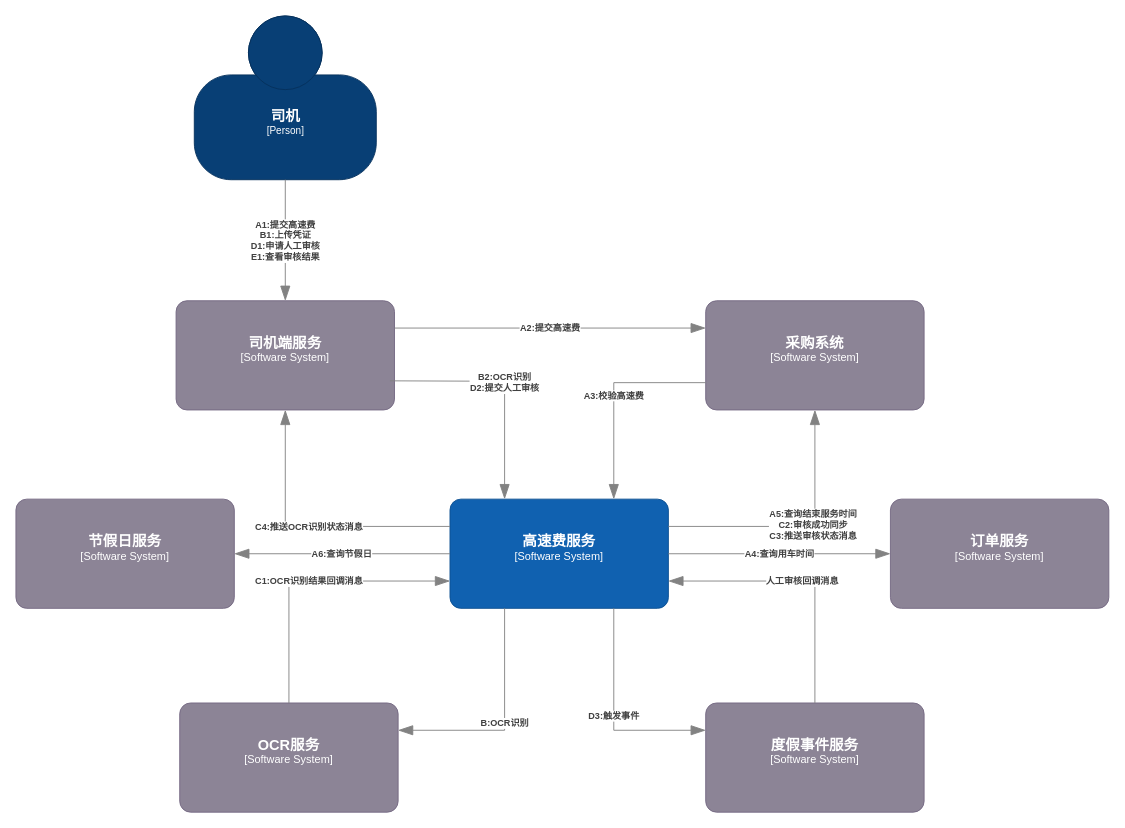
Before: page "高速费-上下文图" (3 of 5) of 地图服务-现状.drawio in miareko/c4-diagram, a draw.io diagram. Source tidied: cells renumbered, new cells numbered last; positions are measured from the earlier drawing's top-left corner, leaving out a move shared by most shapes. Both pictures are drawn from the tidied source at 91%, with x=0, y=0 at pixel (15, 15).
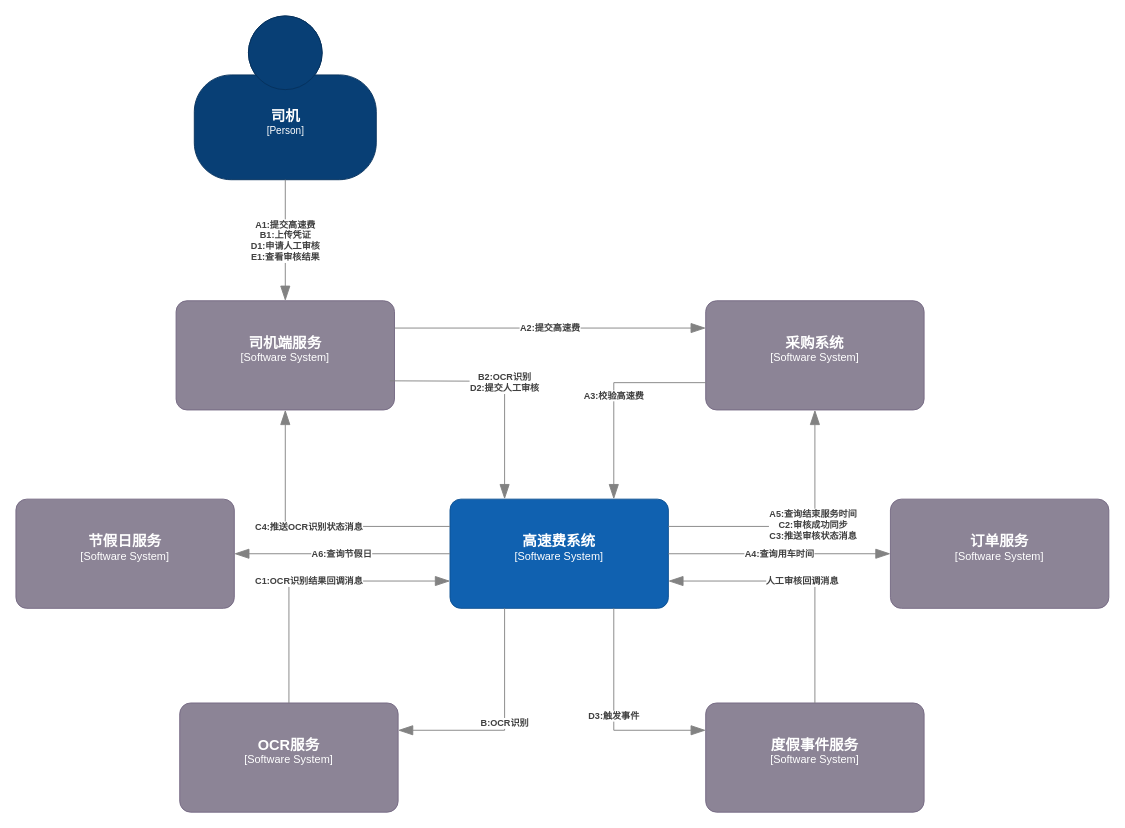
Above is the later version.

Change to the diagram source:
```diff
@@
-    <object id="3" label="&lt;font style=&quot;font-size: 16px&quot;&gt;&lt;b&gt;%c4Name%&lt;/b&gt;&lt;/font&gt;&lt;div&gt;[%c4Type%]&lt;/div&gt;&lt;br&gt;&lt;div&gt;&lt;font style=&quot;font-size: 11px&quot;&gt;&lt;font color=&quot;#cccccc&quot;&gt;%c4Description%&lt;/font&gt;&lt;/div&gt;" c4Description="" c4Name="高速费服务" c4Type="Software System" placeholders="1">
+    <object id="3" label="&lt;font style=&quot;font-size: 16px&quot;&gt;&lt;b&gt;%c4Name%&lt;/b&gt;&lt;/font&gt;&lt;div&gt;[%c4Type%]&lt;/div&gt;&lt;br&gt;&lt;div&gt;&lt;font style=&quot;font-size: 11px&quot;&gt;&lt;font color=&quot;#cccccc&quot;&gt;%c4Description%&lt;/font&gt;&lt;/div&gt;" c4Description="" c4Name="高速费系统" c4Type="Software System" placeholders="1">
       <mxCell style="rounded=1;whiteSpace=wrap;html=1;labelBackgroundColor=none;fillColor=#1061B0;fontColor=#ffffff;align=center;arcSize=10;strokeColor=#0D5091;points=[[0.25,0,0],[0.5,0,0],[0.75,0,0],[1,0.25,0],[1,0.5,0],[1,0.75,0],[0.75,1,0],[0.5,1,0],[0.25,1,0],[0,0.75,0],[0,0.5,0],[0,0.25,0]];" parent="1" vertex="1">
         <mxGeometry x="477" y="531" width="240" height="120" as="geometry" />
       </mxCell>
     </object>
```
